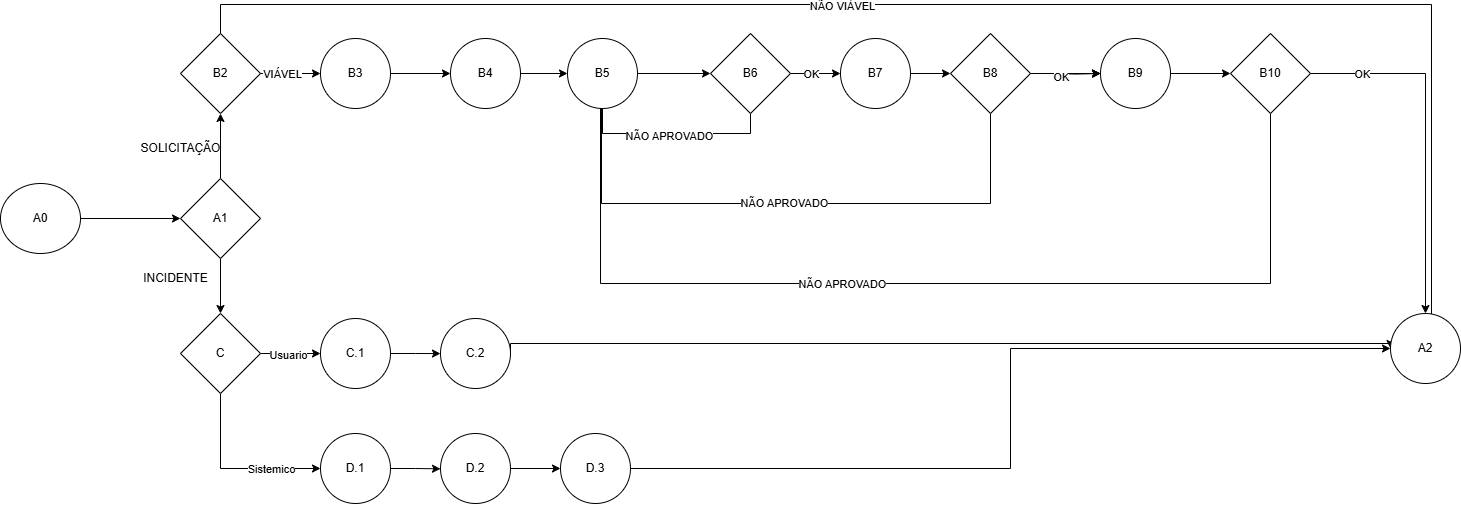
The draw.io diagram Esteira de Chamados/Esteira de Chamados.png in DanielsOfficial0102/Data-Management-And-Governance, before a commit. Source tidied: cells renumbered, new cells last; positions are measured from the earlier drawing's top-left corner, leaving out a move shared by most shapes.
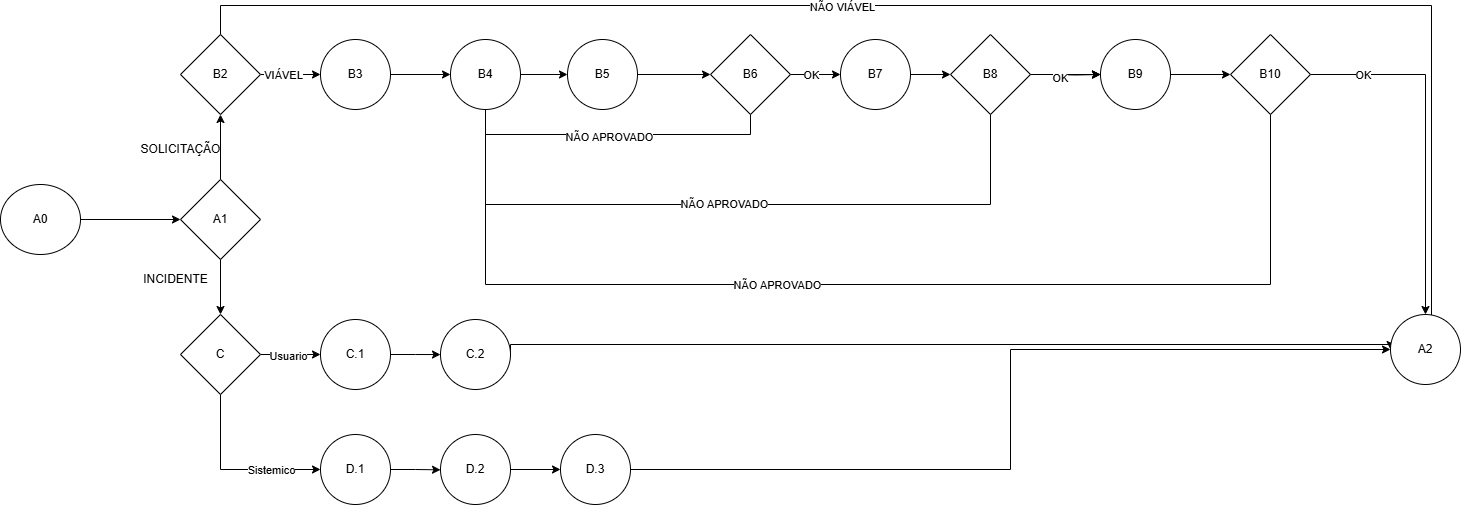
Above is the later version.

The edit, as a diff of the source:
```diff
@@ -320,8 +320,13 @@
     <mxCell id="58" value="B5" style="ellipse;whiteSpace=wrap;html=1;" parent="1" vertex="1">
       <mxGeometry x="567" y="34" width="70" height="70" as="geometry" />
     </mxCell>
-    <mxCell id="59" style="edgeStyle=orthogonalEdgeStyle;rounded=0;jettySize=auto;html=1;exitX=0.5;exitY=1;exitDx=0;exitDy=0;entryX=0.5;entryY=1;entryDx=0;entryDy=0;endArrow=none;startFill=0;" parent="1" edge="1" source="63" target="58">
-      <mxGeometry relative="1" as="geometry" />
+    <mxCell id="59" style="edgeStyle=orthogonalEdgeStyle;rounded=0;jettySize=auto;html=1;exitX=0.5;exitY=1;exitDx=0;exitDy=0;entryX=0.5;entryY=1;entryDx=0;entryDy=0;endArrow=none;startFill=0;" parent="1" edge="1" source="63" target="56">
+      <mxGeometry relative="1" as="geometry">
+        <Array as="points">
+          <mxPoint x="750" y="129" />
+          <mxPoint x="485" y="129" />
+        </Array>
+      </mxGeometry>
     </mxCell>
     <mxCell id="60" value="NÃO APROVADO" style="edgeLabel;html=1;align=center;verticalAlign=middle;" parent="59" vertex="1">
       <mxGeometry x="0.05" y="2" relative="1" as="geometry" />
@@ -341,11 +346,11 @@
     <mxCell id="65" value="B7" style="ellipse;whiteSpace=wrap;html=1;" parent="1" vertex="1">
       <mxGeometry x="840" y="34" width="70" height="70" as="geometry" />
     </mxCell>
-    <mxCell id="66" style="edgeStyle=orthogonalEdgeStyle;rounded=0;jettySize=auto;html=1;exitX=0.5;exitY=1;exitDx=0;exitDy=0;entryX=0.5;entryY=1;entryDx=0;entryDy=0;endArrow=none;startFill=0;" parent="1" edge="1" source="70" target="58">
+    <mxCell id="66" style="edgeStyle=orthogonalEdgeStyle;rounded=0;jettySize=auto;html=1;exitX=0.5;exitY=1;exitDx=0;exitDy=0;entryX=0.5;entryY=1;entryDx=0;entryDy=0;endArrow=none;startFill=0;" parent="1" edge="1" source="70" target="56">
       <mxGeometry relative="1" as="geometry">
         <Array as="points">
           <mxPoint x="990" y="199" />
-          <mxPoint x="601" y="199" />
+          <mxPoint x="485" y="199" />
         </Array>
       </mxGeometry>
     </mxCell>
@@ -404,12 +409,11 @@
     <mxCell id="82" value="OK" style="edgeLabel;html=1;align=center;verticalAlign=middle;" parent="81" vertex="1">
       <mxGeometry x="-0.71" relative="1" as="geometry" />
     </mxCell>
-    <mxCell id="83" style="edgeStyle=orthogonalEdgeStyle;rounded=0;jettySize=auto;html=1;exitX=0.5;exitY=1;exitDx=0;exitDy=0;entryX=0.5;entryY=1;entryDx=0;entryDy=0;endArrow=none;startFill=0;" parent="1" edge="1" source="85" target="58">
+    <mxCell id="83" style="edgeStyle=orthogonalEdgeStyle;rounded=0;jettySize=auto;html=1;exitX=0.5;exitY=1;exitDx=0;exitDy=0;endArrow=none;startFill=0;entryX=0.5;entryY=1;entryDx=0;entryDy=0;" parent="1" edge="1" source="85" target="56">
       <mxGeometry relative="1" as="geometry">
         <Array as="points">
           <mxPoint x="1270" y="279" />
-          <mxPoint x="600" y="279" />
-          <mxPoint x="600" y="104" />
+          <mxPoint x="485" y="279" />
         </Array>
       </mxGeometry>
     </mxCell>
```
